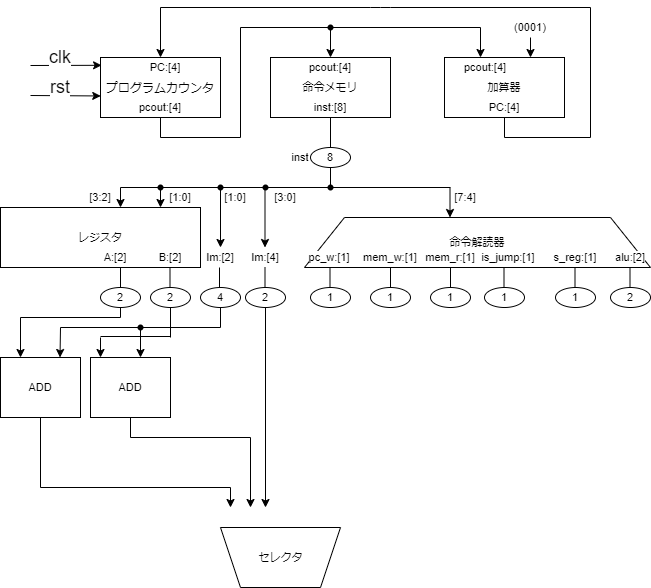
Before: cpu.png, a diagram exported from draw.io (ma2mo10/uRLTD4). Source tidied: cells renumbered, new cells last; positions are measured from the earlier drawing's top-left corner, leaving out a move shared by most shapes.
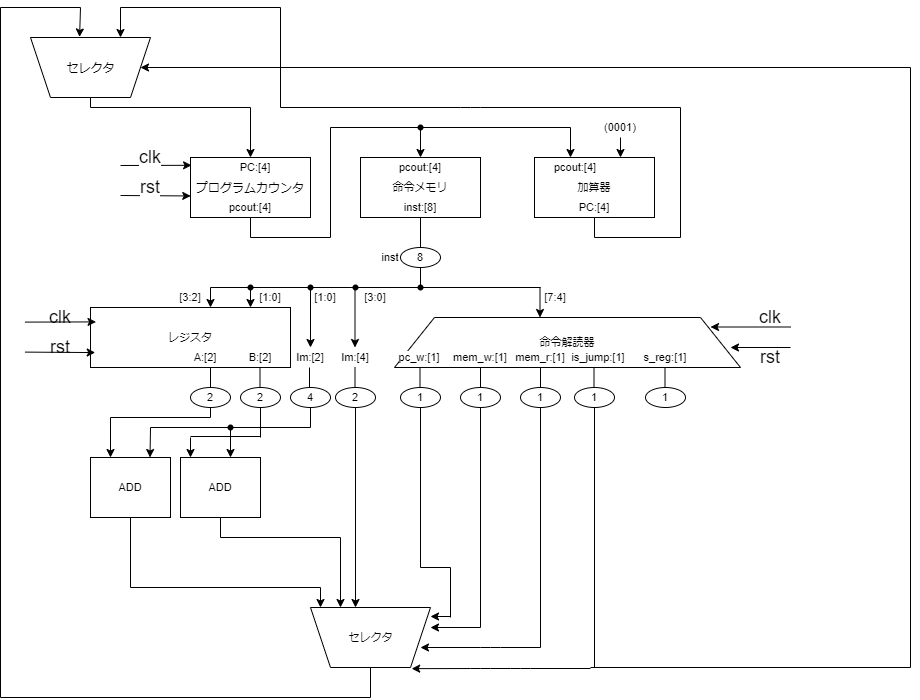
The same file after the commit.

What changed in the source:
```diff
@@ -117,7 +117,7 @@
     </mxCell>
     <mxCell id="29" style="endArrow=none;html=1;fontSize=11;" parent="1" edge="1">
       <mxGeometry relative="1" as="geometry">
-        <mxPoint x="160" as="sourcePoint" />
+        <mxPoint x="190" as="sourcePoint" />
         <mxPoint x="590" as="targetPoint" />
         <Array as="points">
           <mxPoint x="380" />
@@ -257,9 +257,6 @@
     <mxCell id="62" value="[7:4]" style="text;html=1;strokeColor=none;fillColor=none;align=center;verticalAlign=middle;whiteSpace=wrap;rounded=0;labelBackgroundColor=#ffffff;fontSize=11;" parent="1" vertex="1">
       <mxGeometry x="450" y="180" width="30" height="20" as="geometry" />
     </mxCell>
-    <mxCell id="63" value="alu:[2]" style="text;html=1;strokeColor=none;fillColor=none;align=center;verticalAlign=middle;whiteSpace=wrap;rounded=0;labelBackgroundColor=#ffffff;fontSize=11;" parent="1" vertex="1">
-      <mxGeometry x="610" y="240" width="40" height="20" as="geometry" />
-    </mxCell>
     <mxCell id="64" style="endArrow=none;html=1;fontSize=11;exitDx=0;exitDy=0;exitPerimeter=0;startArrow=none;" parent="1" edge="1" source="89">
       <mxGeometry relative="1" as="geometry">
         <mxPoint x="260" y="180" as="targetPoint" />
@@ -295,9 +292,6 @@
     <mxCell id="74" value="1" style="ellipse;whiteSpace=wrap;html=1;labelBackgroundColor=#ffffff;fontSize=11;fillColor=none;gradientColor=none;" parent="1" vertex="1">
       <mxGeometry x="555" y="280" width="40" height="20" as="geometry" />
     </mxCell>
-    <mxCell id="75" value="2" style="ellipse;whiteSpace=wrap;html=1;labelBackgroundColor=#ffffff;fontSize=11;fillColor=none;gradientColor=none;" parent="1" vertex="1">
-      <mxGeometry x="610" y="280" width="40" height="20" as="geometry" />
-    </mxCell>
     <mxCell id="76" style="endArrow=none;html=1;fontSize=11;exitX=0.5;exitY=0;exitDx=0;exitDy=0;" parent="1" edge="1" source="66">
       <mxGeometry relative="1" as="geometry">
         <mxPoint x="120" y="260" as="targetPoint" />
@@ -354,12 +348,6 @@
         <mxPoint x="574.5" y="260" as="targetPoint" />
       </mxGeometry>
     </mxCell>
-    <mxCell id="86" style="endArrow=none;html=1;fontSize=11;exitX=0.5;exitY=0;exitDx=0;exitDy=0;" parent="1" edge="1">
-      <mxGeometry relative="1" as="geometry">
-        <mxPoint x="629.5" y="280" as="sourcePoint" />
-        <mxPoint x="629.5" y="260" as="targetPoint" />
-      </mxGeometry>
-    </mxCell>
     <mxCell id="87" value="ADD" style="rounded=0;whiteSpace=wrap;html=1;labelBackgroundColor=#ffffff;fontSize=11;fillColor=none;gradientColor=none;" parent="1" vertex="1">
       <mxGeometry x="90" y="350" width="80" height="60" as="geometry" />
     </mxCell>
@@ -440,10 +428,10 @@
       </mxGeometry>
     </mxCell>
     <mxCell id="103" style="shape=trapezoid;perimeter=trapezoidPerimeter;whiteSpace=wrap;html=1;fixedSize=1;labelBackgroundColor=#ffffff;fontSize=11;fillColor=none;gradientColor=none;rotation=-180;" parent="1" vertex="1">
-      <mxGeometry x="220" y="520" width="120" height="60" as="geometry" />
+      <mxGeometry x="220" y="500" width="120" height="60" as="geometry" />
     </mxCell>
     <mxCell id="104" value="セレクタ" style="text;html=1;strokeColor=none;fillColor=none;align=center;verticalAlign=middle;whiteSpace=wrap;rounded=0;labelBackgroundColor=#ffffff;fontSize=11;" parent="1" vertex="1">
-      <mxGeometry x="252.5" y="540" width="55" height="20" as="geometry" />
+      <mxGeometry x="252.5" y="520" width="55" height="20" as="geometry" />
     </mxCell>
     <mxCell id="105" style="endArrow=none;html=1;fontSize=11;entryX=0.5;entryY=1;entryDx=0;entryDy=0;" parent="1" edge="1" target="65">
       <mxGeometry relative="1" as="geometry">
@@ -484,5 +472,185 @@
         <mxPoint x="265" y="500" as="targetPoint" />
       </mxGeometry>
     </mxCell>
+    <mxCell id="112" value="&lt;font style=&quot;font-size: 18px&quot;&gt;clk&lt;/font&gt;" style="text;html=1;strokeColor=none;fillColor=none;align=center;verticalAlign=middle;whiteSpace=wrap;rounded=0;labelBackgroundColor=#ffffff;fontSize=11;" parent="1" vertex="1">
+      <mxGeometry x="-50" y="200" width="40" height="20" as="geometry" />
+    </mxCell>
+    <mxCell id="113" value="&lt;font style=&quot;font-size: 18px&quot;&gt;rst&lt;/font&gt;" style="text;html=1;strokeColor=none;fillColor=none;align=center;verticalAlign=middle;whiteSpace=wrap;rounded=0;labelBackgroundColor=#ffffff;fontSize=11;" parent="1" vertex="1">
+      <mxGeometry x="-50" y="230" width="40" height="20" as="geometry" />
+    </mxCell>
+    <mxCell id="114" value="&lt;font style=&quot;font-size: 18px&quot;&gt;clk&lt;/font&gt;" style="text;html=1;strokeColor=none;fillColor=none;align=center;verticalAlign=middle;whiteSpace=wrap;rounded=0;labelBackgroundColor=#ffffff;fontSize=11;" parent="1" vertex="1">
+      <mxGeometry x="660" y="200" width="40" height="20" as="geometry" />
+    </mxCell>
+    <mxCell id="115" value="&lt;font style=&quot;font-size: 18px&quot;&gt;rst&lt;/font&gt;" style="text;html=1;strokeColor=none;fillColor=none;align=center;verticalAlign=middle;whiteSpace=wrap;rounded=0;labelBackgroundColor=#ffffff;fontSize=11;" parent="1" vertex="1">
+      <mxGeometry x="660" y="240" width="40" height="20" as="geometry" />
+    </mxCell>
+    <mxCell id="116" style="endArrow=classic;html=1;entryX=0.002;entryY=0.641;entryDx=0;entryDy=0;entryPerimeter=0;" parent="1" edge="1">
+      <mxGeometry relative="1" as="geometry">
+        <mxPoint x="-65.5" y="244.6" as="sourcePoint" />
+        <mxPoint x="4.7" y="245.1" as="targetPoint" />
+      </mxGeometry>
+    </mxCell>
+    <mxCell id="117" style="endArrow=classic;html=1;entryX=0.009;entryY=0.13;entryDx=0;entryDy=0;entryPerimeter=0;" parent="1" edge="1">
+      <mxGeometry relative="1" as="geometry">
+        <mxPoint x="-65.5" y="214.6" as="sourcePoint" />
+        <mxPoint x="5.5" y="214.4" as="targetPoint" />
+      </mxGeometry>
+    </mxCell>
+    <mxCell id="118" style="endArrow=classic;html=1;" parent="1" edge="1">
+      <mxGeometry relative="1" as="geometry">
+        <mxPoint x="700" y="240" as="sourcePoint" />
+        <mxPoint x="640" y="240" as="targetPoint" />
+      </mxGeometry>
+    </mxCell>
+    <mxCell id="119" style="endArrow=classic;html=1;" parent="1" edge="1">
+      <mxGeometry relative="1" as="geometry">
+        <mxPoint x="700" y="219.5" as="sourcePoint" />
+        <mxPoint x="620" y="219.5" as="targetPoint" />
+      </mxGeometry>
+    </mxCell>
+    <mxCell id="120" style="endArrow=none;html=1;entryX=0.5;entryY=1;entryDx=0;entryDy=0;" parent="1" edge="1" target="70">
+      <mxGeometry relative="1" as="geometry">
+        <mxPoint x="330" y="460" as="sourcePoint" />
+      </mxGeometry>
+    </mxCell>
+    <mxCell id="121" style="endArrow=classic;html=1;" parent="1" edge="1">
+      <mxGeometry relative="1" as="geometry">
+        <mxPoint x="360" y="509" as="sourcePoint" />
+        <mxPoint x="340" y="509" as="targetPoint" />
+      </mxGeometry>
+    </mxCell>
+    <mxCell id="122" style="endArrow=classic;html=1;" parent="1" edge="1">
+      <mxGeometry relative="1" as="geometry">
+        <mxPoint x="390" y="520" as="sourcePoint" />
+        <mxPoint x="340" y="520" as="targetPoint" />
+      </mxGeometry>
+    </mxCell>
+    <mxCell id="123" style="endArrow=classic;html=1;" parent="1" edge="1">
+      <mxGeometry relative="1" as="geometry">
+        <mxPoint x="450" y="540" as="sourcePoint" />
+        <mxPoint x="330" y="540" as="targetPoint" />
+        <Array as="points">
+          <mxPoint x="400" y="540" />
+        </Array>
+      </mxGeometry>
+    </mxCell>
+    <mxCell id="124" style="endArrow=none;html=1;" parent="1" edge="1">
+      <mxGeometry relative="1" as="geometry">
+        <mxPoint x="330" y="460" as="sourcePoint" />
+        <mxPoint x="360" y="460" as="targetPoint" />
+      </mxGeometry>
+    </mxCell>
+    <mxCell id="125" style="endArrow=none;html=1;" parent="1" edge="1">
+      <mxGeometry relative="1" as="geometry">
+        <mxPoint x="360" y="510" as="sourcePoint" />
+        <mxPoint x="360" y="460" as="targetPoint" />
+      </mxGeometry>
+    </mxCell>
+    <mxCell id="126" style="endArrow=none;html=1;entryX=0.5;entryY=1;entryDx=0;entryDy=0;" parent="1" edge="1" target="71">
+      <mxGeometry relative="1" as="geometry">
+        <mxPoint x="390" y="520" as="sourcePoint" />
+      </mxGeometry>
+    </mxCell>
+    <mxCell id="127" style="endArrow=none;html=1;entryX=0.5;entryY=1;entryDx=0;entryDy=0;" parent="1" edge="1" target="72">
+      <mxGeometry relative="1" as="geometry">
+        <mxPoint x="450" y="540" as="sourcePoint" />
+      </mxGeometry>
+    </mxCell>
+    <mxCell id="128" style="endArrow=none;html=1;entryX=0.5;entryY=1;entryDx=0;entryDy=0;" parent="1" edge="1" target="73">
+      <mxGeometry relative="1" as="geometry">
+        <mxPoint x="504" y="560" as="sourcePoint" />
+      </mxGeometry>
+    </mxCell>
+    <mxCell id="129" style="endArrow=classic;html=1;entryX=0.157;entryY=-0.019;entryDx=0;entryDy=0;entryPerimeter=0;" parent="1" edge="1" target="103">
+      <mxGeometry relative="1" as="geometry">
+        <mxPoint x="500" y="561" as="sourcePoint" />
+        <Array as="points">
+          <mxPoint x="430" y="561" />
+          <mxPoint x="390" y="561" />
+        </Array>
+      </mxGeometry>
+    </mxCell>
+    <mxCell id="130" style="shape=trapezoid;perimeter=trapezoidPerimeter;whiteSpace=wrap;html=1;fixedSize=1;rotation=-180;shadow=0;" parent="1" vertex="1">
+      <mxGeometry x="-60" y="-70" width="120" height="60" as="geometry" />
+    </mxCell>
+    <mxCell id="131" style="endArrow=none;html=1;" parent="1" edge="1">
+      <mxGeometry relative="1" as="geometry">
+        <mxPoint x="500" y="560" as="sourcePoint" />
+        <mxPoint x="820" y="560" as="targetPoint" />
+      </mxGeometry>
+    </mxCell>
+    <mxCell id="132" style="endArrow=none;html=1;" parent="1" edge="1">
+      <mxGeometry relative="1" as="geometry">
+        <mxPoint x="820" y="560" as="sourcePoint" />
+        <mxPoint x="820" y="-40" as="targetPoint" />
+      </mxGeometry>
+    </mxCell>
+    <mxCell id="133" style="endArrow=none;html=1;" parent="1" edge="1">
+      <mxGeometry relative="1" as="geometry">
+        <mxPoint as="sourcePoint" />
+        <mxPoint y="-10" as="targetPoint" />
+      </mxGeometry>
+    </mxCell>
+    <mxCell id="134" value="セレクタ" style="text;html=1;align=center;verticalAlign=middle;fillColor=none;strokeColor=none;rounded=0;shadow=0;" parent="1" vertex="1">
+      <mxGeometry x="-30" y="-50" width="60" height="20" as="geometry" />
+    </mxCell>
+    <mxCell id="135" style="endArrow=classic;html=1;entryX=0;entryY=0.5;entryDx=0;entryDy=0;" parent="1" edge="1" target="130">
+      <mxGeometry relative="1" as="geometry">
+        <mxPoint x="820" y="-40" as="sourcePoint" />
+      </mxGeometry>
+    </mxCell>
+    <mxCell id="136" style="endArrow=none;html=1;" parent="1" edge="1">
+      <mxGeometry relative="1" as="geometry">
+        <mxPoint x="280" y="590" as="sourcePoint" />
+        <mxPoint x="280" y="560" as="targetPoint" />
+      </mxGeometry>
+    </mxCell>
+    <mxCell id="137" style="endArrow=none;html=1;" parent="1" edge="1">
+      <mxGeometry relative="1" as="geometry">
+        <mxPoint x="-90" y="590" as="sourcePoint" />
+        <mxPoint x="280" y="590" as="targetPoint" />
+      </mxGeometry>
+    </mxCell>
+    <mxCell id="138" style="endArrow=none;html=1;" parent="1" edge="1">
+      <mxGeometry relative="1" as="geometry">
+        <mxPoint x="-90" y="590" as="sourcePoint" />
+        <mxPoint x="-90" y="-100" as="targetPoint" />
+      </mxGeometry>
+    </mxCell>
+    <mxCell id="139" style="endArrow=none;html=1;" parent="1" edge="1">
+      <mxGeometry relative="1" as="geometry">
+        <mxPoint x="-90" y="-100" as="sourcePoint" />
+        <mxPoint x="-10" y="-100" as="targetPoint" />
+      </mxGeometry>
+    </mxCell>
+    <mxCell id="140" style="endArrow=classic;html=1;entryX=0.591;entryY=1.009;entryDx=0;entryDy=0;entryPerimeter=0;" parent="1" edge="1" target="130">
+      <mxGeometry relative="1" as="geometry">
+        <mxPoint x="-10" y="-100" as="sourcePoint" />
+      </mxGeometry>
+    </mxCell>
+    <mxCell id="141" style="endArrow=none;html=1;" parent="1" edge="1">
+      <mxGeometry relative="1" as="geometry">
+        <mxPoint x="160" as="sourcePoint" />
+        <mxPoint as="targetPoint" />
+      </mxGeometry>
+    </mxCell>
+    <mxCell id="142" style="endArrow=classic;html=1;" parent="1" edge="1">
+      <mxGeometry relative="1" as="geometry">
+        <mxPoint x="30" y="-100" as="sourcePoint" />
+        <mxPoint x="30" y="-70" as="targetPoint" />
+      </mxGeometry>
+    </mxCell>
+    <mxCell id="143" style="endArrow=none;html=1;" parent="1" edge="1">
+      <mxGeometry relative="1" as="geometry">
+        <mxPoint x="30" y="-100" as="sourcePoint" />
+        <mxPoint x="190" y="-100" as="targetPoint" />
+      </mxGeometry>
+    </mxCell>
+    <mxCell id="144" style="endArrow=none;html=1;" parent="1" edge="1">
+      <mxGeometry relative="1" as="geometry">
+        <mxPoint x="190" as="sourcePoint" />
+        <mxPoint x="190" y="-100" as="targetPoint" />
+      </mxGeometry>
+    </mxCell>
   </root>
 </mxGraphModel>
```
